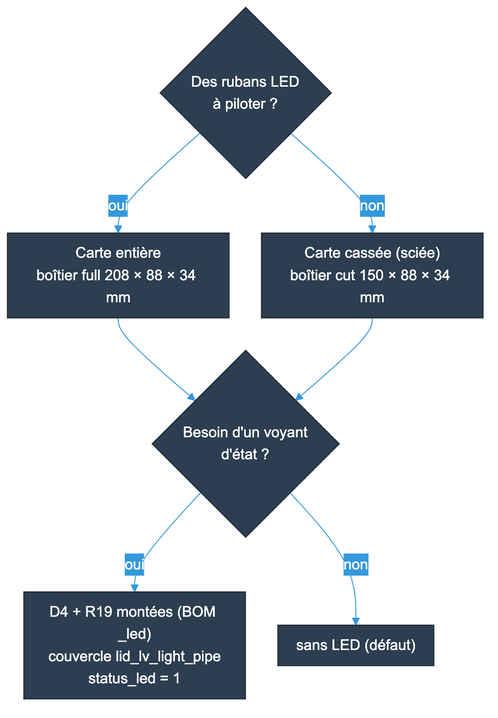
Before: docs/diagrams/materiel.png, a diagram exported from Mermaid (feraudet/dmxnow). Its source is kept beside it as docs/diagrams/materiel.mmd. The source it was exported from:
```mermaid
%%{init: {'theme': 'base', 'themeVariables': {'fontFamily': 'Arial', 'fontSize': '16px', 'primaryColor': '#2C3E50', 'primaryTextColor': '#FFFFFF', 'primaryBorderColor': '#1A252F', 'lineColor': '#3498DB', 'secondaryColor': '#3498DB', 'tertiaryColor': '#1ABC9C', 'textColor': '#2C3E50', 'titleColor': '#2C3E50', 'clusterBkg': '#EAF2F8', 'clusterBorder': '#95A5A6', 'edgeLabelBackground': '#3498DB', 'noteBkgColor': '#EAF2F8', 'noteTextColor': '#2C3E50', 'actorBkg': '#2C3E50', 'actorTextColor': '#FFFFFF', 'signalColor': '#2C3E50', 'signalTextColor': '#2C3E50', 'labelBoxBkgColor': '#3498DB', 'labelTextColor': '#FFFFFF', 'loopTextColor': '#2C3E50', 'stateLabelColor': '#FFFFFF', 'transitionLabelColor': '#FFFFFF'}, 'flowchart': {'rankSpacing': 35, 'nodeSpacing': 35, 'padding': 10, 'subGraphTitleMargin': {'top': 8, 'bottom': 16}}}%%
flowchart TD
    Q1{"Des rubans LED<br/>à piloter ?"} -- oui --> E["Carte entière<br/>boîtier full 208 × 88 × 34 mm"]
    Q1 -- non --> C["Carte cassée (sciée)<br/>boîtier cut 150 × 88 × 34 mm"]
    E & C --> Q2{"Besoin d'un voyant<br/>d'état ?"}
    Q2 -- oui --> L["D4 + R19 montées (BOM _led)<br/>couvercle lid_lv_light_pipe<br/>status_led = 1"]
    Q2 -- non --> N["sans LED (défaut)"]
```
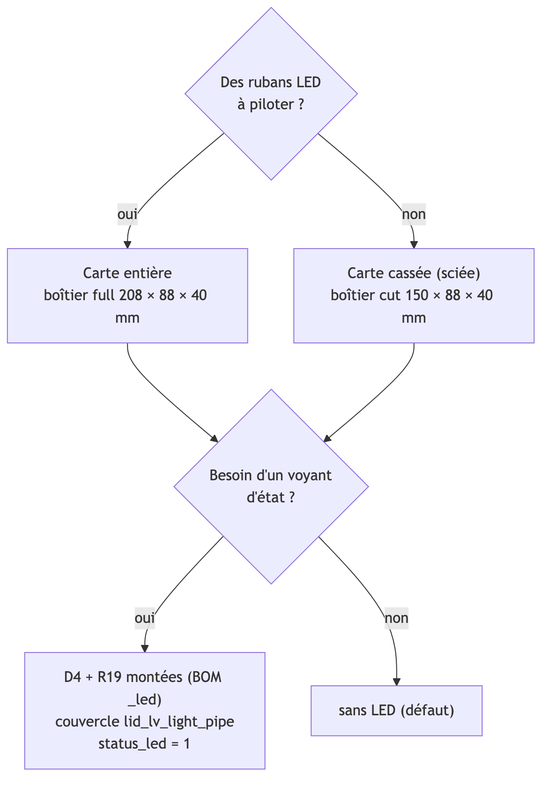
Above is the later version.

Diff of the diagram source:
```diff
@@ -1,7 +1,7 @@
 %%{init: {'theme': 'base', 'themeVariables': {'fontFamily': 'Arial', 'fontSize': '16px', 'primaryColor': '#2C3E50', 'primaryTextColor': '#FFFFFF', 'primaryBorderColor': '#1A252F', 'lineColor': '#3498DB', 'secondaryColor': '#3498DB', 'tertiaryColor': '#1ABC9C', 'textColor': '#2C3E50', 'titleColor': '#2C3E50', 'clusterBkg': '#EAF2F8', 'clusterBorder': '#95A5A6', 'edgeLabelBackground': '#3498DB', 'noteBkgColor': '#EAF2F8', 'noteTextColor': '#2C3E50', 'actorBkg': '#2C3E50', 'actorTextColor': '#FFFFFF', 'signalColor': '#2C3E50', 'signalTextColor': '#2C3E50', 'labelBoxBkgColor': '#3498DB', 'labelTextColor': '#FFFFFF', 'loopTextColor': '#2C3E50', 'stateLabelColor': '#FFFFFF', 'transitionLabelColor': '#FFFFFF'}, 'flowchart': {'rankSpacing': 35, 'nodeSpacing': 35, 'padding': 10, 'subGraphTitleMargin': {'top': 8, 'bottom': 16}}}%%
 flowchart TD
-    Q1{"Des rubans LED<br/>à piloter ?"} -- oui --> E["Carte entière<br/>boîtier full 208 × 88 × 34 mm"]
-    Q1 -- non --> C["Carte cassée (sciée)<br/>boîtier cut 150 × 88 × 34 mm"]
+    Q1{"Des rubans LED<br/>à piloter ?"} -- oui --> E["Carte entière<br/>boîtier full 208 × 88 × 40 mm"]
+    Q1 -- non --> C["Carte cassée (sciée)<br/>boîtier cut 150 × 88 × 40 mm"]
     E & C --> Q2{"Besoin d'un voyant<br/>d'état ?"}
     Q2 -- oui --> L["D4 + R19 montées (BOM _led)<br/>couvercle lid_lv_light_pipe<br/>status_led = 1"]
     Q2 -- non --> N["sans LED (défaut)"]
```
